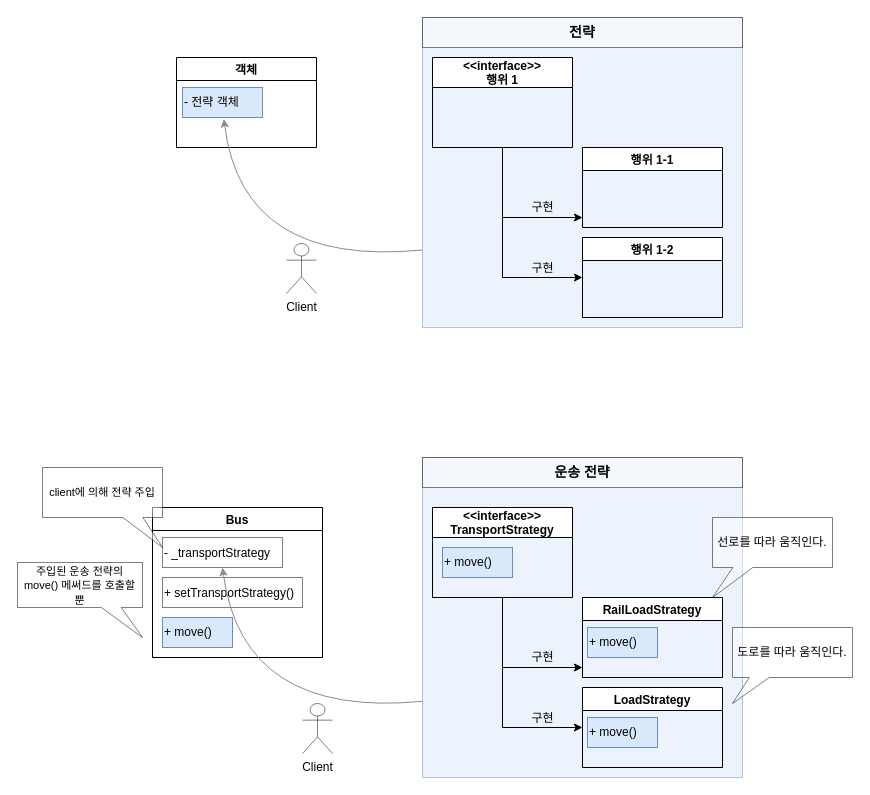
singhui46/Design-Pattern-Study keeps this draw.io diagram as 홍승희/제목 없는 다이어그램.drawio. Above is the earlier version. Source tidied: cells renumbered, new cells numbered last; positions are measured from the earlier drawing's top-left corner, leaving out a move shared by most shapes. Both pictures are drawn from the tidied source at 100%, with x=0, y=0 at pixel (17, 17).
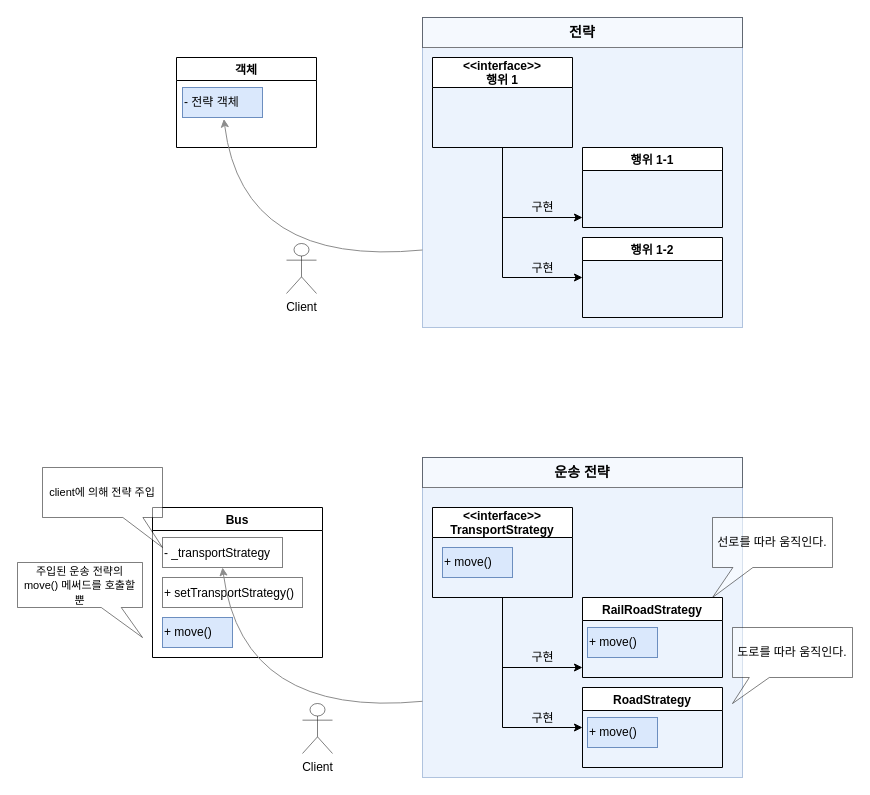
The same page after the edit.

Commit message:
전략패턴_예시.drawio

Change to the diagram source:
```diff
@@
-    <mxCell id="17" value="RailLoadStrategy" style="swimlane;" parent="1" vertex="1">
+    <mxCell id="17" value="RailRoadStrategy" style="swimlane;" parent="1" vertex="1">
       <mxGeometry x="565" y="580" width="140" height="80" as="geometry" />
     </mxCell>
-    <mxCell id="18" value="LoadStrategy" style="swimlane;" parent="1" vertex="1">
+    <mxCell id="18" value="RoadStrategy" style="swimlane;" parent="1" vertex="1">
       <mxGeometry x="565" y="670" width="140" height="80" as="geometry" />
     </mxCell>
```
